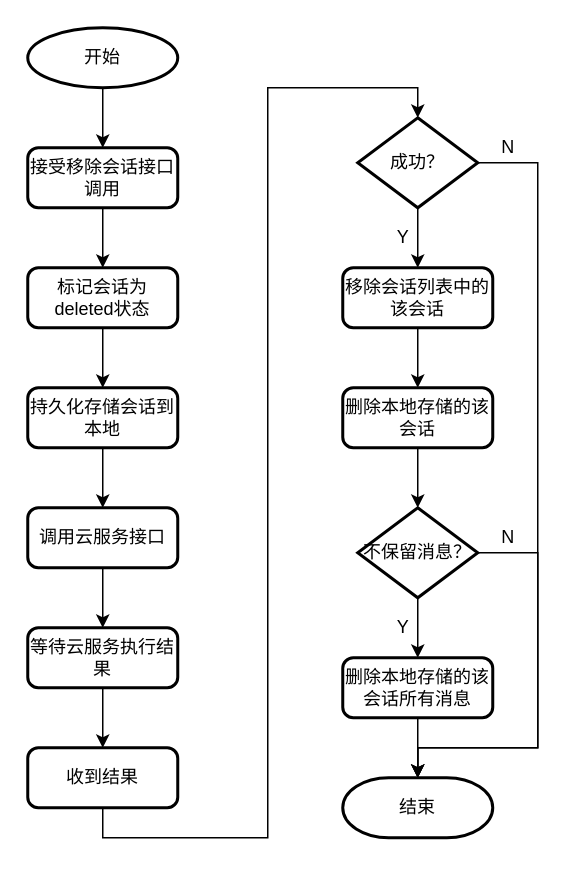
Earlier version of the draw.io diagram page "flow-remove-conversation" (3 of 11) of 获取会话列表.drawio (liuao2010/360MobileSafe). Source tidied: cells renumbered, new cells numbered last; positions are measured from the earlier drawing's top-left corner, leaving out a move shared by most shapes. Both pictures are drawn from the tidied source at 150%, with x=0, y=0 at pixel (27, 27).
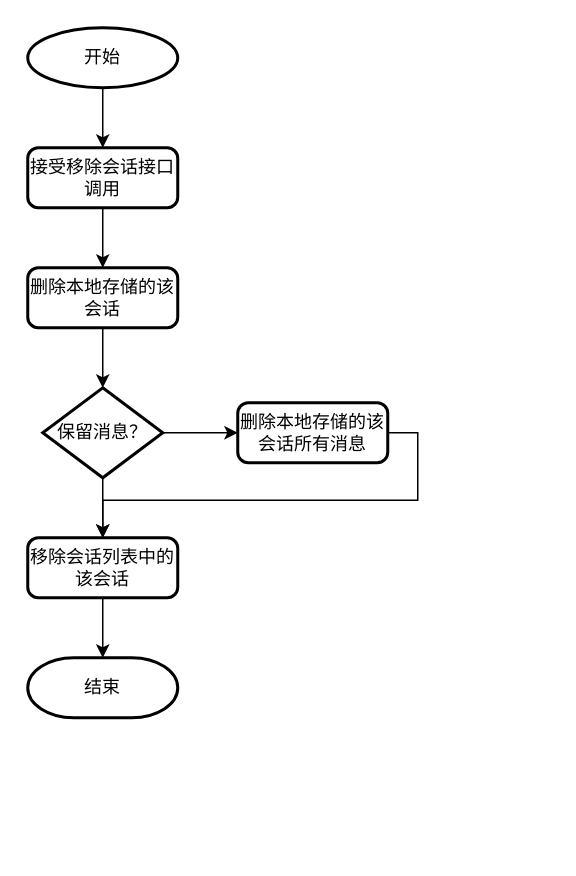
Above is the later version.

The change refers to these unchanged cells:
```xml
<mxCell id="5" value="接受移除会话接口调用" style="rounded=1;whiteSpace=wrap;html=1;absoluteArcSize=1;arcSize=14;strokeWidth=2;" parent="1" vertex="1">
  <mxGeometry y="80" width="100" height="40" as="geometry" />
</mxCell>
```

Change to the diagram source:
```diff
@@
-    <mxCell id="4" style="edgeStyle=orthogonalEdgeStyle;rounded=0;jettySize=auto;html=1;exitX=0.5;exitY=1;exitDx=0;exitDy=0;entryX=0.5;entryY=0;entryDx=0;entryDy=0;" parent="1" edge="1" source="5" target="18">
-      <mxGeometry relative="1" as="geometry" />
-    </mxCell>
+    <mxCell id="33" style="edgeStyle=orthogonalEdgeStyle;rounded=0;jettySize=auto;html=1;exitX=0.5;exitY=1;exitDx=0;exitDy=0;entryX=0.5;entryY=0;entryDx=0;entryDy=0;" parent="1" edge="1" source="5" target="22">
+      <mxGeometry relative="1" as="geometry" />
+    </mxCell>
@@
-    <mxCell id="6" style="edgeStyle=orthogonalEdgeStyle;rounded=0;jettySize=auto;html=1;exitX=0.5;exitY=1;exitDx=0;exitDy=0;entryX=0.5;entryY=0;entryDx=0;entryDy=0;" parent="1" edge="1" source="7" target="9">
-      <mxGeometry relative="1" as="geometry" />
-    </mxCell>
-    <mxCell id="7" value="持久化存储会话到本地" style="rounded=1;whiteSpace=wrap;html=1;absoluteArcSize=1;arcSize=14;strokeWidth=2;" parent="1" vertex="1">
-      <mxGeometry y="240" width="100" height="40" as="geometry" />
-    </mxCell>
-    <mxCell id="8" style="edgeStyle=orthogonalEdgeStyle;rounded=0;jettySize=auto;html=1;exitX=0.5;exitY=1;exitDx=0;exitDy=0;entryX=0.5;entryY=0;entryDx=0;entryDy=0;" parent="1" edge="1" source="9" target="11">
-      <mxGeometry relative="1" as="geometry" />
-    </mxCell>
-    <mxCell id="9" value="调用云服务接口" style="rounded=1;whiteSpace=wrap;html=1;absoluteArcSize=1;arcSize=14;strokeWidth=2;" parent="1" vertex="1">
-      <mxGeometry y="320" width="100" height="40" as="geometry" />
-    </mxCell>
-    <mxCell id="10" style="edgeStyle=orthogonalEdgeStyle;rounded=0;jettySize=auto;html=1;exitX=0.5;exitY=1;exitDx=0;exitDy=0;entryX=0.5;entryY=0;entryDx=0;entryDy=0;" parent="1" edge="1" source="11" target="13">
-      <mxGeometry relative="1" as="geometry" />
-    </mxCell>
-    <mxCell id="11" value="等待云服务执行结果" style="rounded=1;whiteSpace=wrap;html=1;absoluteArcSize=1;arcSize=14;strokeWidth=2;" parent="1" vertex="1">
-      <mxGeometry y="400" width="100" height="40" as="geometry" />
-    </mxCell>
-    <mxCell id="12" style="edgeStyle=orthogonalEdgeStyle;rounded=0;jettySize=auto;html=1;exitX=0.5;exitY=1;exitDx=0;exitDy=0;entryX=0.5;entryY=0;entryDx=0;entryDy=0;entryPerimeter=0;" parent="1" edge="1" source="13" target="16">
-      <mxGeometry relative="1" as="geometry" />
-    </mxCell>
-    <mxCell id="13" value="收到结果" style="rounded=1;whiteSpace=wrap;html=1;absoluteArcSize=1;arcSize=14;strokeWidth=2;" parent="1" vertex="1">
-      <mxGeometry y="480" width="100" height="40" as="geometry" />
-    </mxCell>
-    <mxCell id="14" style="edgeStyle=orthogonalEdgeStyle;rounded=0;jettySize=auto;html=1;exitX=0.5;exitY=1;exitDx=0;exitDy=0;exitPerimeter=0;entryX=0.5;entryY=0;entryDx=0;entryDy=0;" parent="1" edge="1" source="16" target="20">
-      <mxGeometry relative="1" as="geometry" />
-    </mxCell>
-    <mxCell id="15" style="edgeStyle=orthogonalEdgeStyle;rounded=0;jettySize=auto;html=1;exitX=1;exitY=0.5;exitDx=0;exitDy=0;exitPerimeter=0;entryX=0.5;entryY=0;entryDx=0;entryDy=0;entryPerimeter=0;" parent="1" edge="1" source="16" target="28">
-      <mxGeometry relative="1" as="geometry">
-        <Array as="points">
-          <mxPoint x="340" y="90" />
-          <mxPoint x="340" y="480" />
-          <mxPoint x="260" y="480" />
-        </Array>
-      </mxGeometry>
-    </mxCell>
-    <mxCell id="16" value="成功？" style="strokeWidth=2;html=1;shape=mxgraph.flowchart.decision;whiteSpace=wrap;rounded=1;" parent="1" vertex="1">
-      <mxGeometry x="220" y="60" width="80" height="60" as="geometry" />
-    </mxCell>
-    <mxCell id="17" style="edgeStyle=orthogonalEdgeStyle;rounded=0;jettySize=auto;html=1;exitX=0.5;exitY=1;exitDx=0;exitDy=0;entryX=0.5;entryY=0;entryDx=0;entryDy=0;" parent="1" edge="1" source="18" target="7">
-      <mxGeometry relative="1" as="geometry" />
-    </mxCell>
-    <mxCell id="18" value="&lt;span&gt;标记会话为deleted状态&lt;/span&gt;" style="rounded=1;whiteSpace=wrap;html=1;absoluteArcSize=1;arcSize=14;strokeWidth=2;" parent="1" vertex="1">
-      <mxGeometry y="160" width="100" height="40" as="geometry" />
-    </mxCell>
-    <mxCell id="19" style="edgeStyle=orthogonalEdgeStyle;rounded=0;jettySize=auto;html=1;exitX=0.5;exitY=1;exitDx=0;exitDy=0;entryX=0.5;entryY=0;entryDx=0;entryDy=0;" parent="1" edge="1" source="20" target="22">
-      <mxGeometry relative="1" as="geometry" />
-    </mxCell>
+    <mxCell id="34" style="edgeStyle=orthogonalEdgeStyle;rounded=0;jettySize=auto;html=1;exitX=0.5;exitY=1;exitDx=0;exitDy=0;entryX=0.5;entryY=0;entryDx=0;entryDy=0;entryPerimeter=0;" parent="1" edge="1" source="20" target="28">
+      <mxGeometry relative="1" as="geometry" />
+    </mxCell>
     <mxCell id="20" value="移除会话列表中的该会话" style="rounded=1;whiteSpace=wrap;html=1;absoluteArcSize=1;arcSize=14;strokeWidth=2;" parent="1" vertex="1">
-      <mxGeometry x="210" y="160" width="100" height="40" as="geometry" />
+      <mxGeometry y="340" width="100" height="40" as="geometry" />
     </mxCell>
@@
     <mxCell id="22" value="删除本地存储的该会话" style="rounded=1;whiteSpace=wrap;html=1;absoluteArcSize=1;arcSize=14;strokeWidth=2;" parent="1" vertex="1">
-      <mxGeometry x="210" y="240" width="100" height="40" as="geometry" />
+      <mxGeometry y="160" width="100" height="40" as="geometry" />
     </mxCell>
-    <mxCell id="23" style="edgeStyle=orthogonalEdgeStyle;rounded=0;jettySize=auto;html=1;exitX=0.5;exitY=1;exitDx=0;exitDy=0;exitPerimeter=0;entryX=0.5;entryY=0;entryDx=0;entryDy=0;" parent="1" edge="1" source="25" target="27">
+    <mxCell id="23" style="edgeStyle=orthogonalEdgeStyle;rounded=0;jettySize=auto;html=1;exitX=1;exitY=0.5;exitDx=0;exitDy=0;exitPerimeter=0;entryX=0;entryY=0.5;entryDx=0;entryDy=0;" parent="1" edge="1" source="25" target="27">
       <mxGeometry relative="1" as="geometry" />
     </mxCell>
-    <mxCell id="24" style="edgeStyle=orthogonalEdgeStyle;rounded=0;jettySize=auto;html=1;exitX=1;exitY=0.5;exitDx=0;exitDy=0;exitPerimeter=0;entryX=0.5;entryY=0;entryDx=0;entryDy=0;entryPerimeter=0;" parent="1" edge="1" source="25" target="28">
-      <mxGeometry relative="1" as="geometry">
-        <Array as="points">
-          <mxPoint x="340" y="350" />
-          <mxPoint x="340" y="480" />
-          <mxPoint x="260" y="480" />
-        </Array>
-      </mxGeometry>
-    </mxCell>
+    <mxCell id="35" style="edgeStyle=orthogonalEdgeStyle;rounded=0;jettySize=auto;html=1;exitX=0.5;exitY=1;exitDx=0;exitDy=0;exitPerimeter=0;entryX=0.5;entryY=0;entryDx=0;entryDy=0;" parent="1" edge="1" source="25" target="20">
+      <mxGeometry relative="1" as="geometry" />
+    </mxCell>
-    <mxCell id="25" value="不保留消息？" style="strokeWidth=2;html=1;shape=mxgraph.flowchart.decision;whiteSpace=wrap;rounded=1;" parent="1" vertex="1">
-      <mxGeometry x="220" y="320" width="80" height="60" as="geometry" />
+    <mxCell id="25" value="保留消息？" style="strokeWidth=2;html=1;shape=mxgraph.flowchart.decision;whiteSpace=wrap;rounded=1;" parent="1" vertex="1">
+      <mxGeometry x="10" y="240" width="80" height="60" as="geometry" />
     </mxCell>
-    <mxCell id="26" style="edgeStyle=orthogonalEdgeStyle;rounded=0;jettySize=auto;html=1;exitX=0.5;exitY=1;exitDx=0;exitDy=0;entryX=0.5;entryY=0;entryDx=0;entryDy=0;entryPerimeter=0;" parent="1" edge="1" source="27" target="28">
-      <mxGeometry relative="1" as="geometry" />
-    </mxCell>
+    <mxCell id="36" style="edgeStyle=orthogonalEdgeStyle;rounded=0;jettySize=auto;html=1;exitX=1;exitY=0.5;exitDx=0;exitDy=0;entryX=0.5;entryY=0;entryDx=0;entryDy=0;" parent="1" edge="1" source="27" target="20">
+      <mxGeometry relative="1" as="geometry" />
+    </mxCell>
     <mxCell id="27" value="删除本地存储的该会话所有消息" style="rounded=1;whiteSpace=wrap;html=1;absoluteArcSize=1;arcSize=14;strokeWidth=2;" parent="1" vertex="1">
-      <mxGeometry x="210" y="420" width="100" height="40" as="geometry" />
+      <mxGeometry x="140" y="250" width="100" height="40" as="geometry" />
     </mxCell>
     <mxCell id="28" value="结束" style="strokeWidth=2;html=1;shape=mxgraph.flowchart.terminator;whiteSpace=wrap;rounded=1;" parent="1" vertex="1">
-      <mxGeometry x="210" y="500" width="100" height="40" as="geometry" />
+      <mxGeometry y="420" width="100" height="40" as="geometry" />
     </mxCell>
-    <mxCell id="29" value="Y" style="text;html=1;align=center;verticalAlign=middle;" parent="1" vertex="1">
-      <mxGeometry x="240" y="130" width="20" height="20" as="geometry" />
-    </mxCell>
-    <mxCell id="30" value="N" style="text;html=1;align=center;verticalAlign=middle;" parent="1" vertex="1">
-      <mxGeometry x="310" y="70" width="20" height="20" as="geometry" />
-    </mxCell>
-    <mxCell id="31" value="N" style="text;html=1;align=center;verticalAlign=middle;" parent="1" vertex="1">
-      <mxGeometry x="310" y="330" width="20" height="20" as="geometry" />
-    </mxCell>
-    <mxCell id="32" value="Y" style="text;html=1;align=center;verticalAlign=middle;" parent="1" vertex="1">
-      <mxGeometry x="240" y="390" width="20" height="20" as="geometry" />
-    </mxCell>
```
